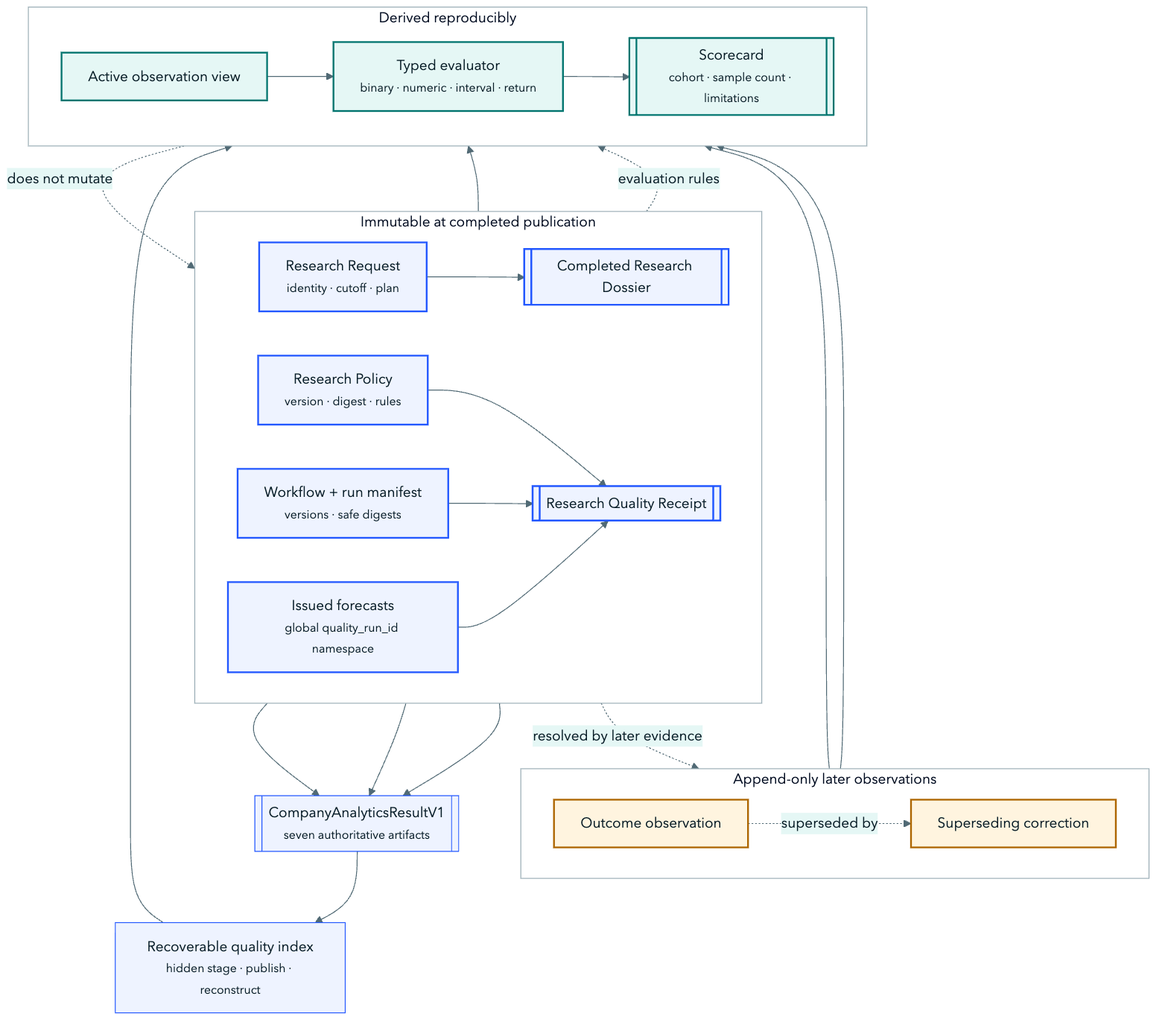
Above: assets/architecture/research-quality-lineage.png in harshitagarwal2/StockResearchAgents (Mermaid), before the change. Its source is kept beside it as docs/diagrams/research-quality-lineage.mmd.
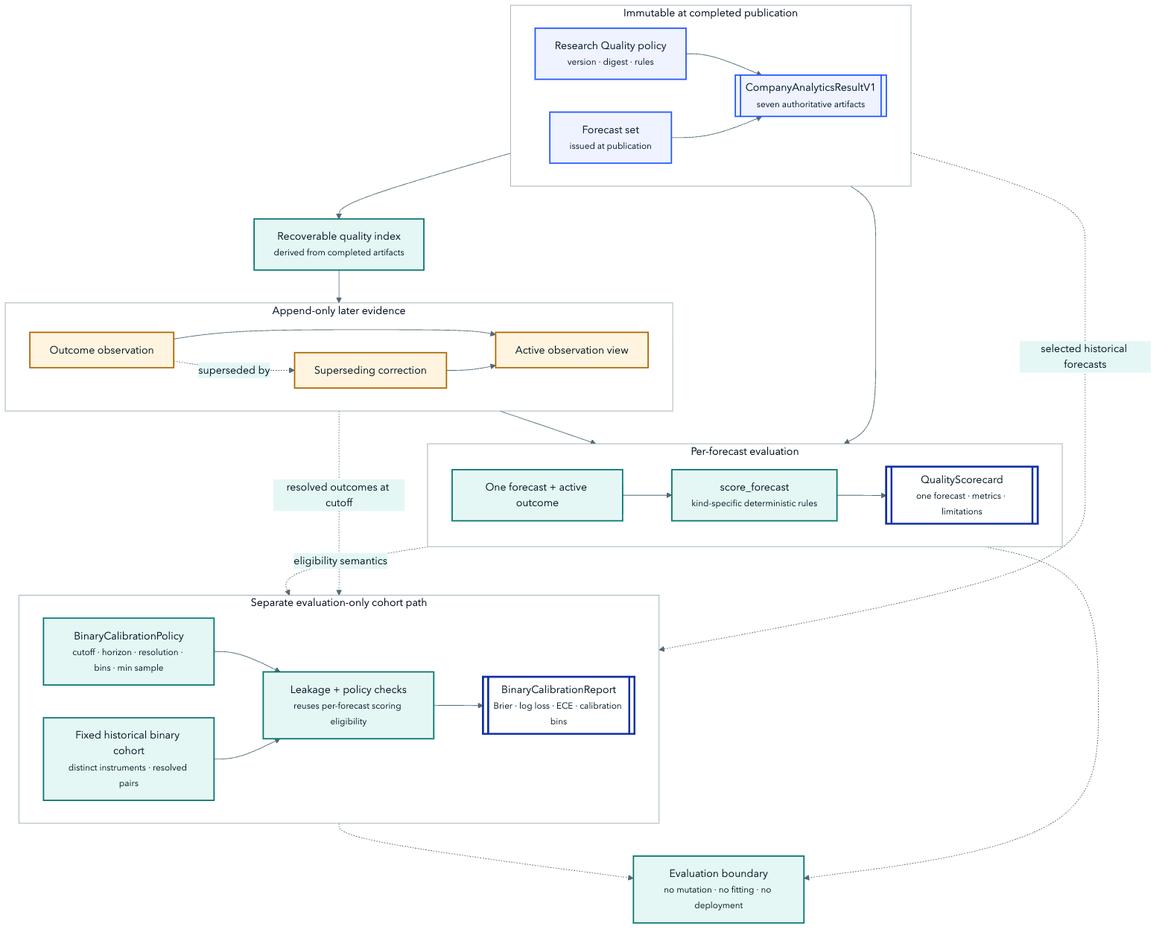
Later version of the same file.

Change to the diagram source:
```diff
@@ -1,56 +1,63 @@
 %%{init: {"theme":"base","fontFamily":"Avenir Next, Segoe UI, sans-serif","themeVariables":{"fontFamily":"Avenir Next, Segoe UI, sans-serif","primaryColor":"#eef3ff","primaryTextColor":"#071c26","primaryBorderColor":"#2257ff","lineColor":"#516a75","secondaryColor":"#e5f7f5","tertiaryColor":"#fff4df","background":"#f5f8f9","clusterBkg":"#ffffff","clusterBorder":"#96aab2"},"flowchart":{"curve":"basis","htmlLabels":true}}}%%
 flowchart TB
-  accTitle: Research Quality information lineage
-  accDescr: The canonical CompanyAnalyticsResultV1 contains the exact submission and seven authoritative artifacts, including issued forecasts and the quality receipt. A recoverable index is derived from them. Later outcomes are append-only and scorecards never mutate the completed result.
+  accTitle: Research Quality per-forecast scoring and cohort calibration lineage
+  accDescr: Forecasts are immutable artifacts of CompanyAnalyticsResultV1. Later outcome observations are append-only. QualityScorecard evaluates one forecast against its active resolved observation. Separately, BinaryCalibrationReport evaluates a caller-approved fixed historical binary cohort under cutoff, horizon, resolution-rule, distinct-instrument, and minimum-sample policies; it neither fits nor deploys a model and does not mutate completed results.
 
-  subgraph I["Immutable at completed publication"]
+  subgraph IMMUTABLE["Immutable at completed publication"]
     direction LR
-    R["Research Request<br/><small>identity · cutoff · plan</small>"]
-    P["Research Policy<br/><small>version · digest · rules</small>"]
-    W["Workflow + run manifest<br/><small>versions · safe digests</small>"]
-    F["Issued forecasts<br/><small>global quality_run_id namespace</small>"]
-    D[["Completed Research Dossier"]]
-    Q[["Research Quality Receipt"]]
-    R --> D
-    P --> Q
-    W --> Q
-    F --> Q
+    POLICY["Research Quality policy<br/><small>version · digest · rules</small>"]
+    FORECASTS["Forecast set<br/><small>issued at publication</small>"]
+    RESULT[["CompanyAnalyticsResultV1<br/><small>seven authoritative artifacts</small>"]]
+    POLICY --> RESULT
+    FORECASTS --> RESULT
   end
 
-  A[["CompanyAnalyticsResultV1<br/><small>seven authoritative artifacts</small>"]]
-  D --> A
-  Q --> A
-  F --> A
+  INDEX["Recoverable quality index<br/><small>derived from completed artifacts</small>"]
+  RESULT --> INDEX
 
-  IDX["Recoverable quality index<br/><small>hidden stage · publish · reconstruct</small>"]
-  A --> IDX
-
-  subgraph O["Append-only later observations"]
+  subgraph LATER["Append-only later evidence"]
     direction LR
     OBS["Outcome observation"]
     CORR["Superseding correction"]
+    ACTIVE["Active observation view"]
     OBS -. superseded by .-> CORR
+    OBS --> ACTIVE
+    CORR --> ACTIVE
   end
+  INDEX --> ACTIVE
 
-  subgraph E["Derived reproducibly"]
+  subgraph SINGLE["Per-forecast evaluation"]
     direction LR
-    ACTIVE["Active observation view"]
-    SCORE["Typed evaluator<br/><small>binary · numeric · interval · return</small>"]
-    CARD[["Scorecard<br/><small>cohort · sample count · limitations</small>"]]
-    ACTIVE --> SCORE --> CARD
+    ONE["One forecast + active outcome"]
+    SCORE["score_forecast<br/><small>kind-specific deterministic rules</small>"]
+    CARD[["QualityScorecard<br/><small>one forecast · metrics · limitations</small>"]]
+    ONE --> SCORE --> CARD
   end
+  FORECASTS --> ONE
+  ACTIVE --> ONE
 
-  F --> SCORE
-  F -. resolved by later evidence .-> OBS
-  OBS --> ACTIVE
-  CORR --> ACTIVE
-  P -. evaluation rules .-> SCORE
-  CARD -. does not mutate .-> D
-  IDX --> ACTIVE
+  subgraph COHORT["Separate evaluation-only cohort path"]
+    direction LR
+    CPOLICY["BinaryCalibrationPolicy<br/><small>cutoff · horizon · resolution · bins · min sample</small>"]
+    FIXED["Fixed historical binary cohort<br/><small>distinct instruments · resolved pairs</small>"]
+    CHECK["Leakage + policy checks<br/><small>reuses per-forecast scoring eligibility</small>"]
+    REPORT[["BinaryCalibrationReport<br/><small>Brier · log loss · ECE · calibration bins</small>"]]
+    CPOLICY --> CHECK
+    FIXED --> CHECK --> REPORT
+  end
+  FORECASTS -. selected historical forecasts .-> FIXED
+  ACTIVE -. resolved outcomes at cutoff .-> FIXED
+  CARD -. eligibility semantics .-> CHECK
+
+  NOMUTATE["Evaluation boundary<br/><small>no mutation · no fitting · no deployment</small>"]
+  CARD -.-> NOMUTATE
+  REPORT -.-> NOMUTATE
 
   classDef immutable fill:#eef3ff,stroke:#2257ff,color:#071c26,stroke-width:2px;
   classDef append fill:#fff4df,stroke:#ad6500,color:#071c26,stroke-width:2px;
   classDef derived fill:#e5f7f5,stroke:#00746e,color:#071c26,stroke-width:2px;
-  class R,P,W,F,D,Q immutable;
-  class OBS,CORR append;
-  class ACTIVE,SCORE,CARD derived;
+  classDef artifact fill:#ffffff,stroke:#1231a6,color:#071c26,stroke-width:3px;
+  class POLICY,FORECASTS,RESULT immutable;
+  class OBS,CORR,ACTIVE append;
+  class INDEX,ONE,SCORE,CPOLICY,FIXED,CHECK,NOMUTATE derived;
+  class CARD,REPORT artifact;
```
